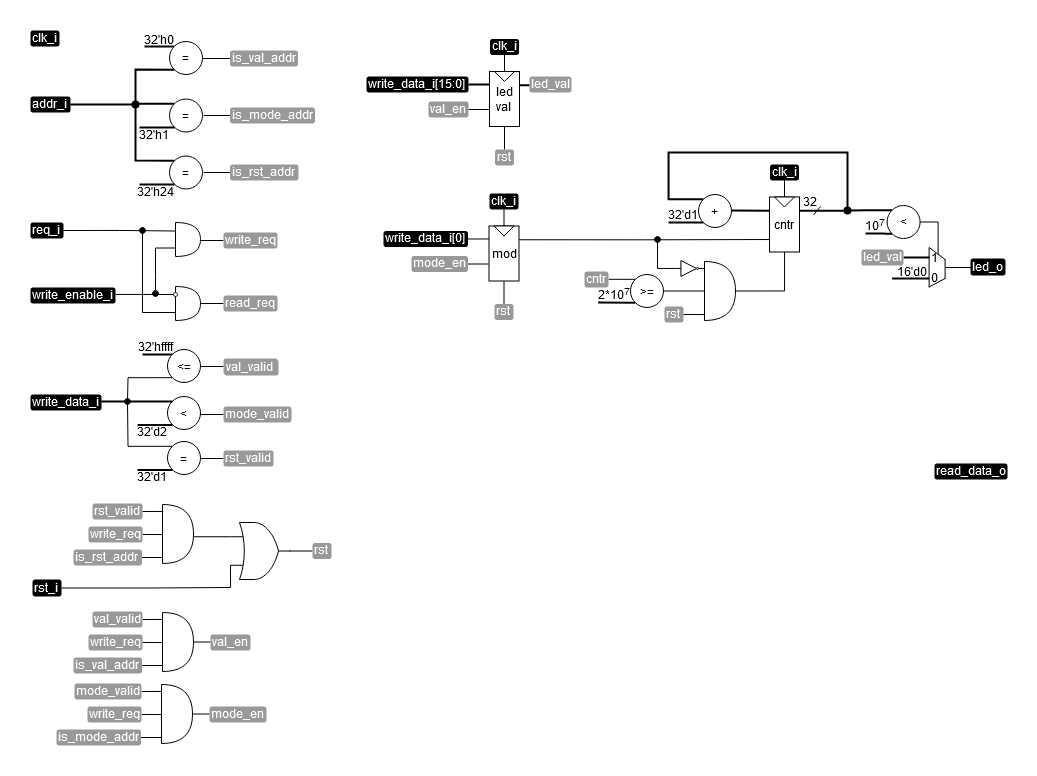
Before: .pic/Basic Verilog structures/controllers/fig_08.drawio.png, a diagram exported from draw.io (MPSU/APS). Source tidied: cells renumbered, new cells last; positions are measured from the earlier drawing's top-left corner, leaving out a move shared by most shapes.
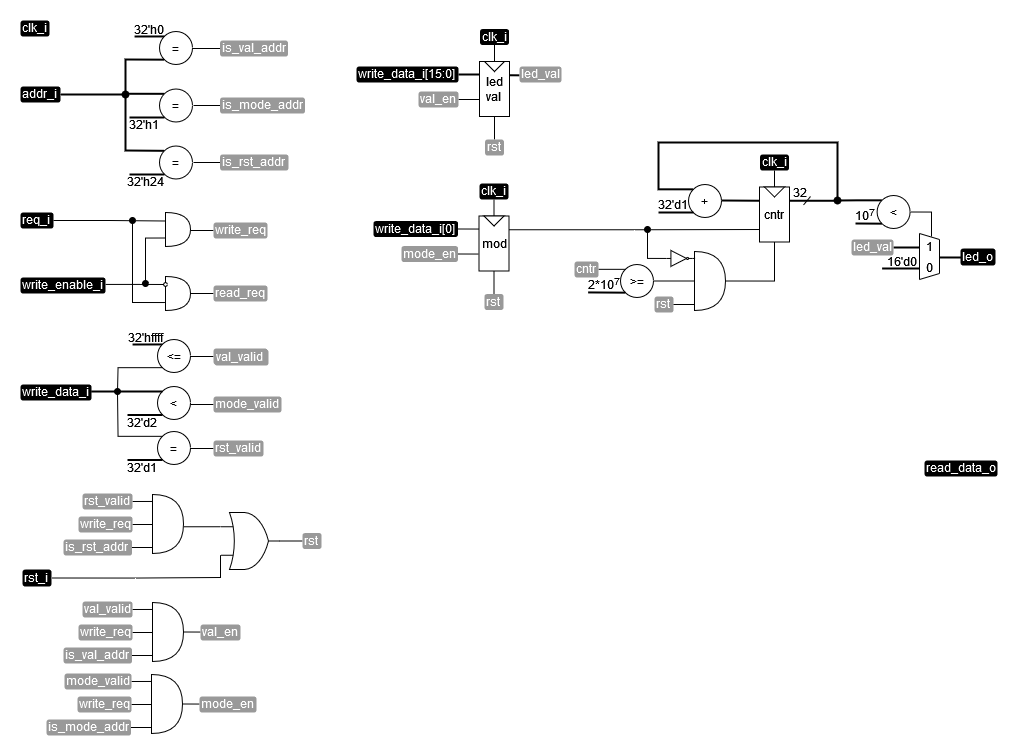
The same file after the commit.

Change to the diagram source:
```diff
@@ -461,10 +461,8 @@
         <mxPoint x="817" y="180" as="targetPoint" />
       </mxGeometry>
     </mxCell>
-    <mxCell id="122" style="edgeStyle=orthogonalEdgeStyle;rounded=0;jettySize=auto;html=1;exitX=1;exitY=0.5;exitDx=0;exitDy=0;endArrow=none;endFill=0;" parent="1" edge="1" source="123">
-      <mxGeometry relative="1" as="geometry">
-        <mxPoint x="907.6" y="224" as="targetPoint" />
-      </mxGeometry>
+    <mxCell id="122" style="edgeStyle=orthogonalEdgeStyle;rounded=0;jettySize=auto;html=1;exitX=1;exitY=0.5;exitDx=0;exitDy=0;endArrow=none;endFill=0;entryX=0.577;entryY=0.199;entryDx=0;entryDy=0;entryPerimeter=0;" parent="1" edge="1" source="123" target="150">
+      <mxGeometry relative="1" as="geometry" />
     </mxCell>
     <mxCell id="123" value="&amp;lt;" style="ellipse;whiteSpace=wrap;html=1;" parent="1" vertex="1">
       <mxGeometry x="856.6" y="175" width="33" height="33" as="geometry" />
@@ -477,107 +475,106 @@
     <mxCell id="125" value="10&lt;sup&gt;7&lt;/sup&gt;" style="text;html=1;strokeColor=none;fillColor=none;align=center;verticalAlign=middle;whiteSpace=wrap;rounded=0;" parent="1" vertex="1">
       <mxGeometry x="830.6" y="187" width="27" height="13.5" as="geometry" />
     </mxCell>
-    <mxCell id="126" style="endArrow=none;html=1;rounded=0;" parent="1" edge="1">
+    <mxCell id="126" style="endArrow=none;html=1;rounded=0;strokeWidth=2;" parent="1" edge="1">
       <mxGeometry relative="1" as="geometry">
-        <mxPoint x="898.6" y="257" as="sourcePoint" />
-        <mxPoint x="898.6" y="217" as="targetPoint" />
+        <mxPoint x="861.6" y="248" as="sourcePoint" />
+        <mxPoint x="898.6" y="248" as="targetPoint" />
       </mxGeometry>
     </mxCell>
-    <mxCell id="127" style="endArrow=none;html=1;rounded=0;" parent="1" edge="1">
-      <mxGeometry relative="1" as="geometry">
-        <mxPoint x="914.6" y="248.5" as="sourcePoint" />
-        <mxPoint x="914.6" y="228.5" as="targetPoint" />
-      </mxGeometry>
+    <mxCell id="127" value="16'd0" style="text;html=1;strokeColor=none;fillColor=none;align=center;verticalAlign=middle;whiteSpace=wrap;rounded=0;" parent="1" vertex="1">
+      <mxGeometry x="865.6" y="234" width="32" height="13" as="geometry" />
     </mxCell>
-    <mxCell id="128" style="endArrow=none;html=1;rounded=0;" parent="1" edge="1">
+    <mxCell id="128" style="edgeStyle=orthogonalEdgeStyle;rounded=0;jettySize=auto;html=1;exitX=1;exitY=0.5;exitDx=0;exitDy=0;endArrow=none;endFill=0;strokeWidth=2;" parent="1" edge="1" source="129">
       <mxGeometry relative="1" as="geometry">
-        <mxPoint x="914.6" y="229" as="sourcePoint" />
-        <mxPoint x="898.6" y="217" as="targetPoint" />
+        <mxPoint x="899" y="227" as="targetPoint" />
       </mxGeometry>
     </mxCell>
-    <mxCell id="129" style="endArrow=none;html=1;rounded=0;" parent="1" edge="1">
-      <mxGeometry relative="1" as="geometry">
-        <mxPoint x="914.6" y="248" as="sourcePoint" />
-        <mxPoint x="898.6" y="256.5" as="targetPoint" />
-      </mxGeometry>
+    <mxCell id="129" value="led_val" style="text;html=1;strokeColor=none;fillColor=#999999;align=left;verticalAlign=middle;whiteSpace=wrap;rounded=1;fontColor=#FFFFFF;spacingBottom=2;" parent="1" vertex="1">
+      <mxGeometry x="831" y="219" width="42" height="16" as="geometry" />
     </mxCell>
-    <mxCell id="130" style="endArrow=none;html=1;rounded=0;strokeWidth=2;" parent="1" edge="1">
+    <mxCell id="130" style="endArrow=none;html=1;rounded=0;exitX=0.885;exitY=0.507;exitDx=0;exitDy=0;exitPerimeter=0;strokeWidth=2;" parent="1" edge="1" source="150">
       <mxGeometry relative="1" as="geometry">
-        <mxPoint x="861.6" y="248" as="sourcePoint" />
-        <mxPoint x="898.6" y="248" as="targetPoint" />
+        <mxPoint x="941" y="237" as="targetPoint" />
       </mxGeometry>
     </mxCell>
-    <mxCell id="131" value="16'd0" style="text;html=1;strokeColor=none;fillColor=none;align=center;verticalAlign=middle;whiteSpace=wrap;rounded=0;" parent="1" vertex="1">
-      <mxGeometry x="865.6" y="234" width="32" height="13" as="geometry" />
+    <mxCell id="131" value="led_o" style="text;html=1;strokeColor=none;fillColor=#000000;align=left;verticalAlign=middle;whiteSpace=wrap;rounded=1;fontColor=#FFFFFF;spacingBottom=2;" parent="1" vertex="1">
+      <mxGeometry x="940" y="228" width="35" height="17" as="geometry" />
     </mxCell>
-    <mxCell id="132" value="1" style="text;html=1;strokeColor=none;fillColor=none;align=center;verticalAlign=middle;whiteSpace=wrap;rounded=0;" parent="1" vertex="1">
-      <mxGeometry x="899.6" y="223" width="8" height="8" as="geometry" />
+    <mxCell id="132" value="read_data_o" style="text;html=1;strokeColor=none;fillColor=#000000;align=left;verticalAlign=middle;whiteSpace=wrap;rounded=1;fontColor=#FFFFFF;spacingBottom=2;" parent="1" vertex="1">
+      <mxGeometry x="904" y="440" width="73" height="16" as="geometry" />
     </mxCell>
-    <mxCell id="133" value="0" style="text;html=1;strokeColor=none;fillColor=none;align=center;verticalAlign=middle;whiteSpace=wrap;rounded=0;" parent="1" vertex="1">
-      <mxGeometry x="899.6" y="243" width="8" height="8" as="geometry" />
+    <mxCell id="133" style="edgeStyle=orthogonalEdgeStyle;rounded=0;jettySize=auto;html=1;exitX=1;exitY=0.5;exitDx=0;exitDy=0;exitPerimeter=0;endArrow=none;endFill=0;" parent="1" edge="1" source="134" target="108">
+      <mxGeometry relative="1" as="geometry" />
     </mxCell>
-    <mxCell id="134" style="edgeStyle=orthogonalEdgeStyle;rounded=0;jettySize=auto;html=1;exitX=1;exitY=0.5;exitDx=0;exitDy=0;endArrow=none;endFill=0;strokeWidth=2;" parent="1" edge="1" source="135">
-      <mxGeometry relative="1" as="geometry">
-        <mxPoint x="899" y="227" as="targetPoint" />
-      </mxGeometry>
+    <mxCell id="134" style="shape=or;whiteSpace=wrap;html=1;" parent="1" vertex="1">
+      <mxGeometry x="674" y="231" width="31" height="59" as="geometry" />
     </mxCell>
-    <mxCell id="135" value="led_val" style="text;html=1;strokeColor=none;fillColor=#999999;align=left;verticalAlign=middle;whiteSpace=wrap;rounded=1;fontColor=#FFFFFF;spacingBottom=2;" parent="1" vertex="1">
-      <mxGeometry x="831" y="219" width="42" height="16" as="geometry" />
+    <mxCell id="135" style="edgeStyle=orthogonalEdgeStyle;rounded=0;jettySize=auto;html=1;exitX=1;exitY=0.5;exitDx=0;exitDy=0;entryX=-0.014;entryY=0.904;entryDx=0;entryDy=0;entryPerimeter=0;endArrow=none;endFill=0;" parent="1" edge="1" target="134">
+      <mxGeometry relative="1" as="geometry">
+        <mxPoint x="653" y="284" as="sourcePoint" />
+      </mxGeometry>
     </mxCell>
-    <mxCell id="136" style="endArrow=none;html=1;rounded=0;" parent="1" edge="1">
-      <mxGeometry relative="1" as="geometry">
-        <mxPoint x="915" y="237" as="sourcePoint" />
-        <mxPoint x="941" y="237" as="targetPoint" />
-      </mxGeometry>
+    <mxCell id="136" style="edgeStyle=orthogonalEdgeStyle;rounded=0;jettySize=auto;html=1;exitX=0;exitY=0;exitDx=0;exitDy=0;entryX=1;entryY=0.5;entryDx=0;entryDy=0;endArrow=none;endFill=0;" parent="1" edge="1" source="138" target="141">
+      <mxGeometry relative="1" as="geometry" />
     </mxCell>
-    <mxCell id="137" value="led_o" style="text;html=1;strokeColor=none;fillColor=#000000;align=left;verticalAlign=middle;whiteSpace=wrap;rounded=1;fontColor=#FFFFFF;spacingBottom=2;" parent="1" vertex="1">
-      <mxGeometry x="940" y="228" width="35" height="17" as="geometry" />
+    <mxCell id="137" style="edgeStyle=orthogonalEdgeStyle;rounded=0;jettySize=auto;html=1;exitX=1;exitY=0.5;exitDx=0;exitDy=0;entryX=0;entryY=0.5;entryDx=0;entryDy=0;entryPerimeter=0;endArrow=none;endFill=0;" parent="1" edge="1" source="138" target="134">
+      <mxGeometry relative="1" as="geometry" />
     </mxCell>
-    <mxCell id="138" value="read_data_o" style="text;html=1;strokeColor=none;fillColor=#000000;align=left;verticalAlign=middle;whiteSpace=wrap;rounded=1;fontColor=#FFFFFF;spacingBottom=2;" parent="1" vertex="1">
-      <mxGeometry x="904" y="433" width="73" height="16" as="geometry" />
+    <mxCell id="138" value="&amp;gt;=" style="ellipse;whiteSpace=wrap;html=1;" parent="1" vertex="1">
+      <mxGeometry x="600" y="244" width="33" height="33" as="geometry" />
     </mxCell>
-    <mxCell id="139" style="edgeStyle=orthogonalEdgeStyle;rounded=0;jettySize=auto;html=1;exitX=1;exitY=0.5;exitDx=0;exitDy=0;exitPerimeter=0;endArrow=none;endFill=0;" parent="1" edge="1" source="140" target="108">
+    <mxCell id="139" style="endArrow=none;html=1;rounded=0;entryX=0;entryY=1;entryDx=0;entryDy=0;strokeWidth=2;exitX=-0.088;exitY=1.18;exitDx=0;exitDy=0;exitPerimeter=0;" parent="1" edge="1" source="140" target="138">
       <mxGeometry relative="1" as="geometry" />
     </mxCell>
-    <mxCell id="140" style="shape=or;whiteSpace=wrap;html=1;" parent="1" vertex="1">
-      <mxGeometry x="674" y="231" width="31" height="59" as="geometry" />
+    <mxCell id="140" value="2*10&lt;sup&gt;7&lt;/sup&gt;" style="text;html=1;strokeColor=none;fillColor=none;align=center;verticalAlign=middle;whiteSpace=wrap;rounded=0;" parent="1" vertex="1">
+      <mxGeometry x="570" y="256" width="27" height="13.5" as="geometry" />
     </mxCell>
-    <mxCell id="141" style="edgeStyle=orthogonalEdgeStyle;rounded=0;jettySize=auto;html=1;exitX=1;exitY=0.5;exitDx=0;exitDy=0;entryX=-0.014;entryY=0.904;entryDx=0;entryDy=0;entryPerimeter=0;endArrow=none;endFill=0;" parent="1" edge="1" target="140">
-      <mxGeometry relative="1" as="geometry">
-        <mxPoint x="653" y="284" as="sourcePoint" />
-      </mxGeometry>
+    <mxCell id="141" value="cntr" style="text;html=1;strokeColor=none;fillColor=#999999;align=left;verticalAlign=middle;whiteSpace=wrap;rounded=1;fontColor=#FFFFFF;spacingBottom=2;" parent="1" vertex="1">
+      <mxGeometry x="554" y="241" width="24" height="16" as="geometry" />
     </mxCell>
-    <mxCell id="142" style="edgeStyle=orthogonalEdgeStyle;rounded=0;jettySize=auto;html=1;exitX=0;exitY=0;exitDx=0;exitDy=0;entryX=1;entryY=0.5;entryDx=0;entryDy=0;endArrow=none;endFill=0;" parent="1" edge="1" source="144" target="147">
-      <mxGeometry relative="1" as="geometry" />
+    <mxCell id="142" style="edgeStyle=orthogonalEdgeStyle;rounded=0;jettySize=auto;html=1;endArrow=none;endFill=0;entryX=0;entryY=0.5;entryDx=0;entryDy=0;entryPerimeter=0;startArrow=oval;startFill=1;" parent="1" edge="1" target="144">
+      <mxGeometry relative="1" as="geometry">
+        <mxPoint x="627" y="209" as="sourcePoint" />
+        <Array as="points">
+          <mxPoint x="627" y="238" />
+        </Array>
+      </mxGeometry>
     </mxCell>
-    <mxCell id="143" style="edgeStyle=orthogonalEdgeStyle;rounded=0;jettySize=auto;html=1;exitX=1;exitY=0.5;exitDx=0;exitDy=0;entryX=0;entryY=0.5;entryDx=0;entryDy=0;entryPerimeter=0;endArrow=none;endFill=0;" parent="1" edge="1" source="144" target="140">
+    <mxCell id="143" style="edgeStyle=orthogonalEdgeStyle;rounded=0;jettySize=auto;html=1;exitX=1;exitY=0.5;exitDx=0;exitDy=0;exitPerimeter=0;entryX=0.019;entryY=0.12;entryDx=0;entryDy=0;entryPerimeter=0;endArrow=none;endFill=0;" parent="1" edge="1" source="144" target="134">
       <mxGeometry relative="1" as="geometry" />
     </mxCell>
-    <mxCell id="144" value="&amp;gt;=" style="ellipse;whiteSpace=wrap;html=1;" parent="1" vertex="1">
-      <mxGeometry x="600" y="244" width="33" height="33" as="geometry" />
+    <mxCell id="144" style="verticalLabelPosition=bottom;shadow=0;dashed=0;align=center;html=1;verticalAlign=top;shape=mxgraph.electrical.logic_gates.inverter_2;" parent="1" vertex="1">
+      <mxGeometry x="646" y="230" width="26" height="15.9" as="geometry" />
     </mxCell>
-    <mxCell id="145" style="endArrow=none;html=1;rounded=0;entryX=0;entryY=1;entryDx=0;entryDy=0;strokeWidth=2;exitX=-0.088;exitY=1.18;exitDx=0;exitDy=0;exitPerimeter=0;" parent="1" edge="1" source="146" target="144">
-      <mxGeometry relative="1" as="geometry" />
+    <mxCell id="145" style="group;rotation=-181;strokeOpacity=100;fillOpacity=100;" parent="1" vertex="1">
+      <mxGeometry x="899" y="213" width="23" height="57.5" as="geometry" />
     </mxCell>
-    <mxCell id="146" value="2*10&lt;sup&gt;7&lt;/sup&gt;" style="text;html=1;strokeColor=none;fillColor=none;align=center;verticalAlign=middle;whiteSpace=wrap;rounded=0;" parent="1" vertex="1">
-      <mxGeometry x="570" y="256" width="27" height="13.5" as="geometry" />
+    <mxCell id="146" style="endArrow=none;html=1;rounded=0;strokeColor=#000000;fontSize=16;fontColor=#000000;startSize=6;endSize=6;comic=0;jiggle=0.5;strokeWidth=1;strokeOpacity=100;fillOpacity=100;" parent="145" edge="1">
+      <mxGeometry relative="1" as="geometry">
+        <mxPoint y="46" as="sourcePoint" />
+        <mxPoint x="20" y="40" as="targetPoint" />
+      </mxGeometry>
     </mxCell>
-    <mxCell id="147" value="cntr" style="text;html=1;strokeColor=none;fillColor=#999999;align=left;verticalAlign=middle;whiteSpace=wrap;rounded=1;fontColor=#FFFFFF;spacingBottom=2;" parent="1" vertex="1">
-      <mxGeometry x="554" y="241" width="24" height="16" as="geometry" />
+    <mxCell id="147" style="endArrow=none;html=1;rounded=0;strokeColor=#000000;fontSize=16;fontColor=#000000;startSize=6;endSize=6;comic=0;jiggle=0.5;strokeWidth=1;strokeOpacity=100;fillOpacity=100;" parent="145" edge="1">
+      <mxGeometry relative="1" as="geometry">
+        <mxPoint as="sourcePoint" />
+        <mxPoint x="20" y="6" as="targetPoint" />
+      </mxGeometry>
     </mxCell>
-    <mxCell id="148" style="edgeStyle=orthogonalEdgeStyle;rounded=0;jettySize=auto;html=1;endArrow=none;endFill=0;entryX=0;entryY=0.5;entryDx=0;entryDy=0;entryPerimeter=0;startArrow=oval;startFill=1;" parent="1" edge="1" target="150">
+    <mxCell id="148" style="endArrow=none;html=1;rounded=0;strokeColor=#000000;fontSize=16;fontColor=#000000;startSize=6;endSize=6;comic=0;jiggle=0.5;strokeWidth=1;strokeOpacity=100;fillOpacity=100;" parent="145" edge="1">
       <mxGeometry relative="1" as="geometry">
-        <mxPoint x="627" y="209" as="sourcePoint" />
-        <Array as="points">
-          <mxPoint x="627" y="238" />
-        </Array>
+        <mxPoint y="46" as="sourcePoint" />
+        <mxPoint as="targetPoint" />
       </mxGeometry>
     </mxCell>
-    <mxCell id="149" style="edgeStyle=orthogonalEdgeStyle;rounded=0;jettySize=auto;html=1;exitX=1;exitY=0.5;exitDx=0;exitDy=0;exitPerimeter=0;entryX=0.019;entryY=0.12;entryDx=0;entryDy=0;entryPerimeter=0;endArrow=none;endFill=0;" parent="1" edge="1" source="150" target="140">
-      <mxGeometry relative="1" as="geometry" />
+    <mxCell id="149" style="endArrow=none;html=1;rounded=0;strokeColor=#000000;fontSize=16;fontColor=#000000;startSize=6;endSize=6;comic=0;jiggle=0.5;strokeWidth=1;strokeOpacity=100;fillOpacity=100;" parent="145" edge="1">
+      <mxGeometry relative="1" as="geometry">
+        <mxPoint x="20" y="40" as="sourcePoint" />
+        <mxPoint x="20" y="6" as="targetPoint" />
+      </mxGeometry>
     </mxCell>
-    <mxCell id="150" style="verticalLabelPosition=bottom;shadow=0;dashed=0;align=center;html=1;verticalAlign=top;shape=mxgraph.electrical.logic_gates.inverter_2;" parent="1" vertex="1">
-      <mxGeometry x="646" y="230" width="26" height="15.9" as="geometry" />
+    <mxCell id="150" value="&lt;p style=&quot;line-height: 80%;&quot;&gt;&lt;font style=&quot;font-size: 12px;&quot;&gt;1&lt;/font&gt;&lt;/p&gt;&lt;p style=&quot;line-height: 80%;&quot;&gt;0&lt;/p&gt;" style="text;html=1;align=center;verticalAlign=middle;points=[];strokeColor=none;fillColor=none;strokeOpacity=100;fillOpacity=100;" parent="145" vertex="1">
+      <mxGeometry x="-3" y="-10.5" width="26" height="68" as="geometry" />
     </mxCell>
   </root>
 </mxGraphModel>
```
